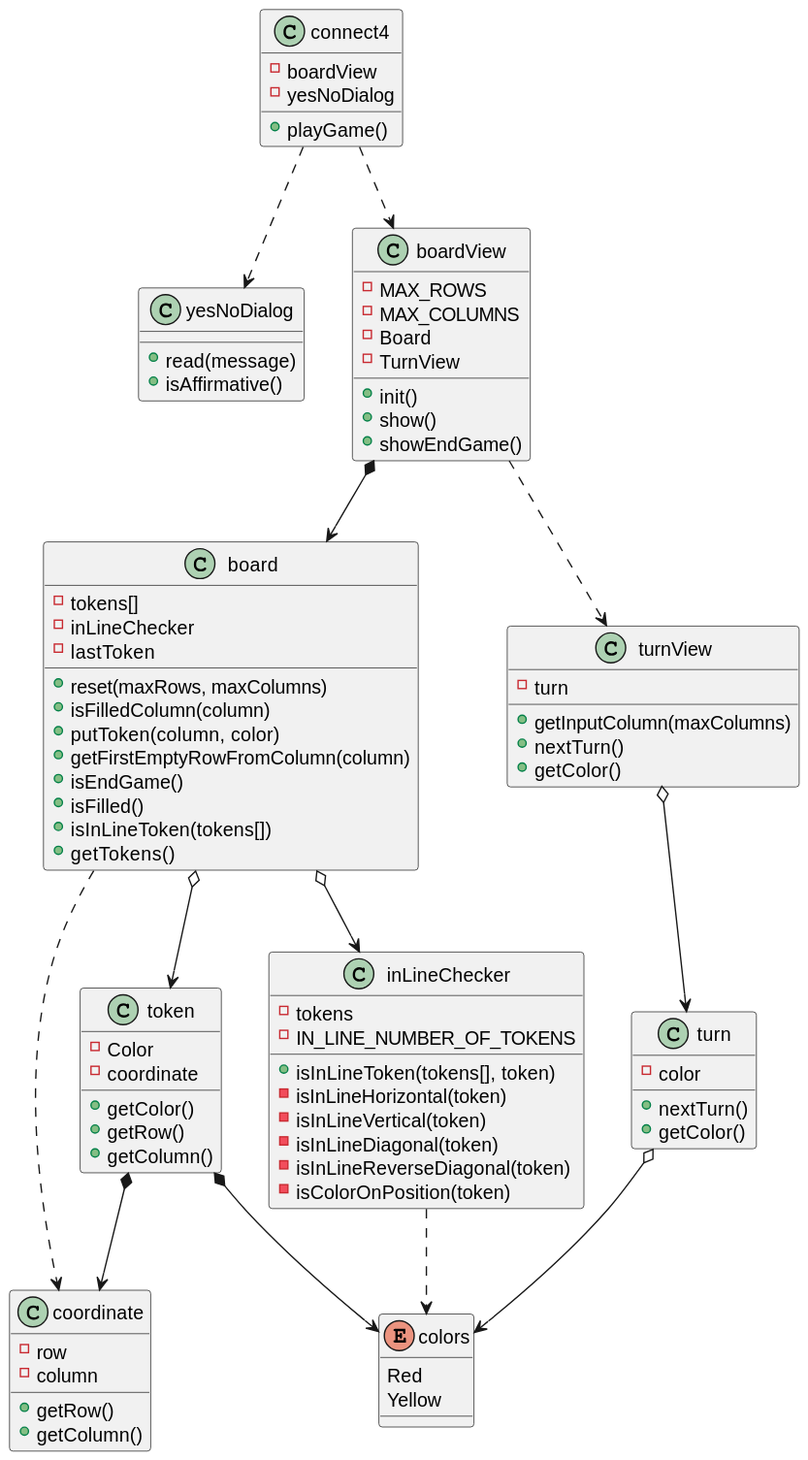
The PlantUML diagram out/UML/softwareModel/softwareModel.svg in jumpering/connect4, before a commit.
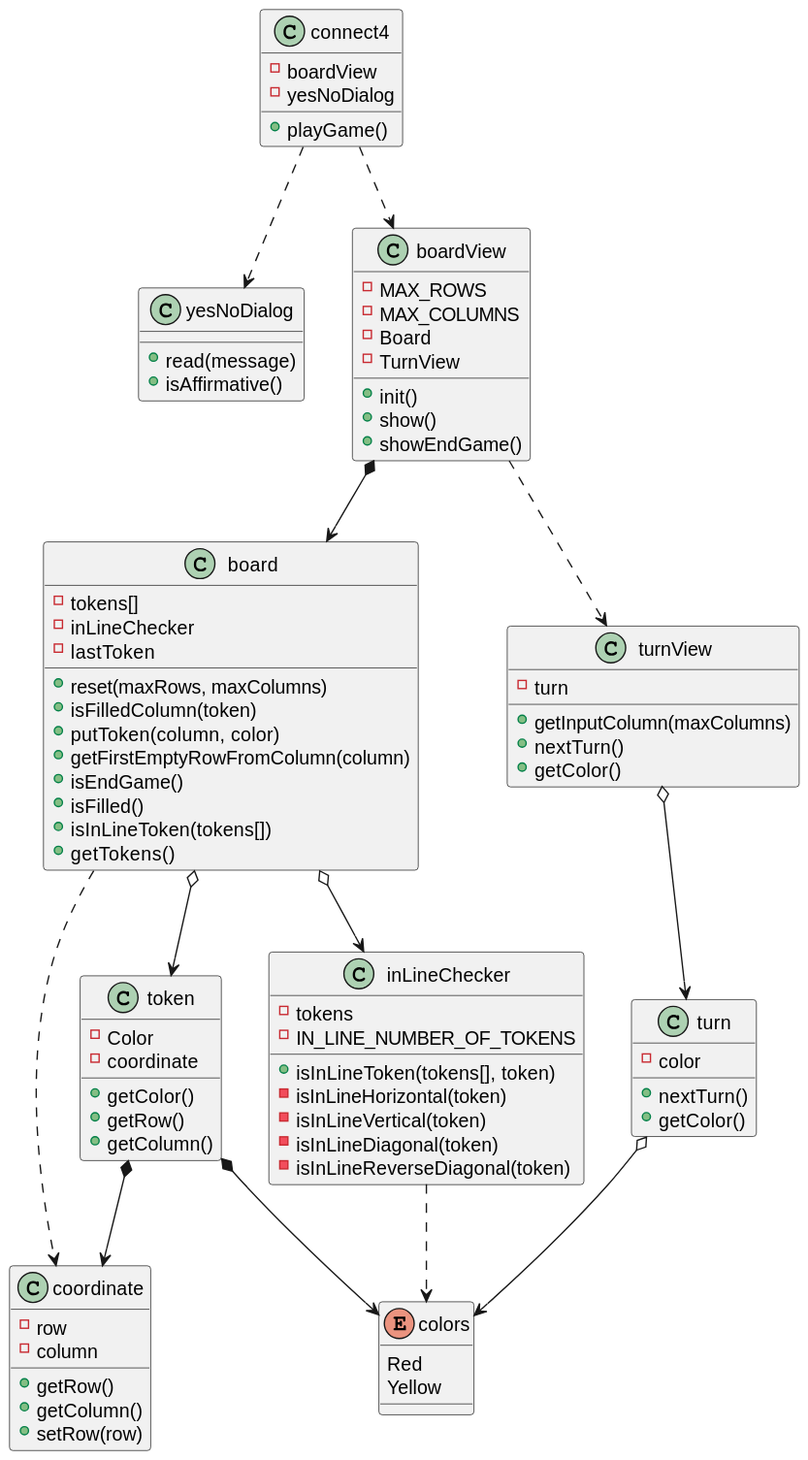
Above is the later version.

The edit, as a diff of the source:
```diff
@@ -14,7 +14,7 @@
     - inLineChecker
     - lastToken
     + reset(maxRows, maxColumns)
-    + isFilledColumn(column)
+    + isFilledColumn(token)
     + putToken(column, color)
     + getFirstEmptyRowFromColumn(column)
     + isEndGame()
@@ -39,7 +39,6 @@
     - isInLineVertical(token)
     - isInLineDiagonal(token)
     - isInLineReverseDiagonal(token)
-    - isColorOnPosition(token)
 }
 
 class token{
@@ -55,6 +54,8 @@
     - column
     + getRow()
     + getColumn()
+    + setRow(row)
+
 }
 
 class turnView{
```
